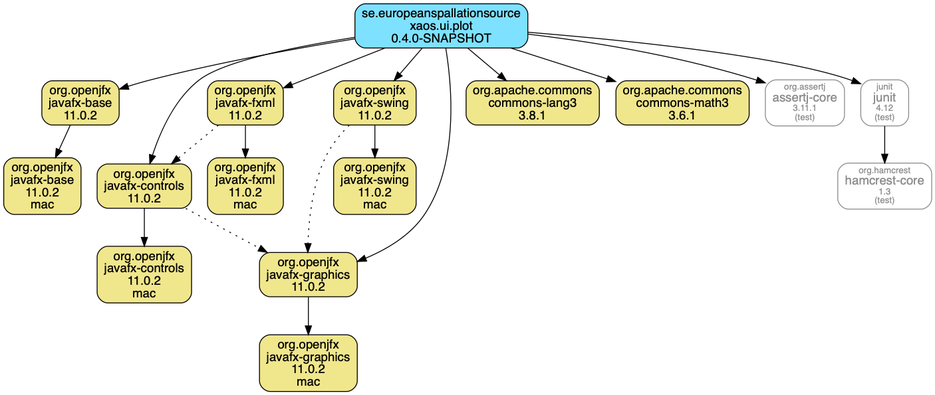
This is xaos.ui.plot.module/doc/maven-dependencies.png from ESSICS/XAOS, a Graphviz export, as it was before one commit. Its source is kept beside it as xaos.ui.plot.module/doc/maven-dependencies.dot.
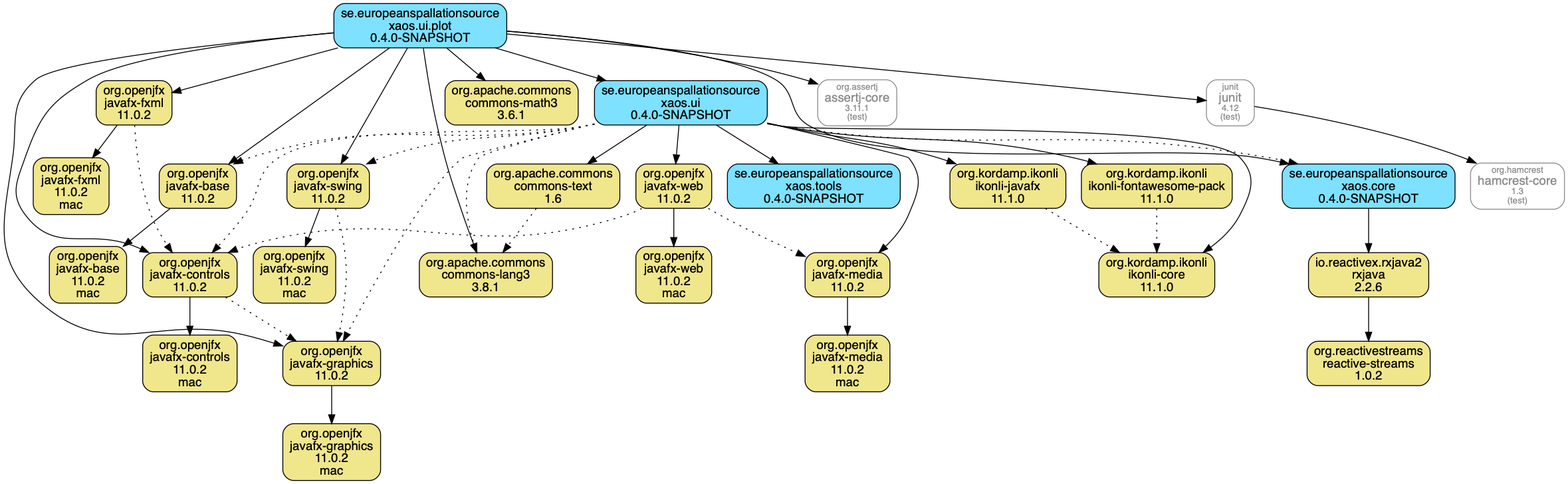
The same file after the commit.

Change to the diagram source:
```diff
@@ -15,6 +15,19 @@
   "org.openjfx:javafx-swing:jar:mac"[shape="box",style="rounded, filled",fillcolor="khaki",label=<org.openjfx<br/>javafx-swing<br/>11.0.2<br/>mac>]
   "org.apache.commons:commons-lang3:jar"[shape="box",style="rounded, filled",fillcolor="khaki",label=<org.apache.commons<br/>commons-lang3<br/>3.8.1>]
   "org.apache.commons:commons-math3:jar"[shape="box",style="rounded, filled",fillcolor="khaki",label=<org.apache.commons<br/>commons-math3<br/>3.6.1>]
+  "io.reactivex.rxjava2:rxjava:jar"[shape="box",style="rounded, filled",fillcolor="khaki",label=<io.reactivex.rxjava2<br/>rxjava<br/>2.2.6>]
+  "org.reactivestreams:reactive-streams:jar"[shape="box",style="rounded, filled",fillcolor="khaki",label=<org.reactivestreams<br/>reactive-streams<br/>1.0.2>]
+  "se.europeanspallationsource:xaos.core:jar"[shape="box",style="rounded, filled",fillcolor="#7DE1FF",label=<se.europeanspallationsource<br/>xaos.core<br/>0.4.0-SNAPSHOT>]
+  "se.europeanspallationsource:xaos.ui:jar"[shape="box",style="rounded, filled",fillcolor="#7DE1FF",label=<se.europeanspallationsource<br/>xaos.ui<br/>0.4.0-SNAPSHOT>]
+  "org.openjfx:javafx-media:jar"[shape="box",style="rounded, filled",fillcolor="khaki",label=<org.openjfx<br/>javafx-media<br/>11.0.2>]
+  "org.openjfx:javafx-media:jar:mac"[shape="box",style="rounded, filled",fillcolor="khaki",label=<org.openjfx<br/>javafx-media<br/>11.0.2<br/>mac>]
+  "org.openjfx:javafx-web:jar"[shape="box",style="rounded, filled",fillcolor="khaki",label=<org.openjfx<br/>javafx-web<br/>11.0.2>]
+  "org.openjfx:javafx-web:jar:mac"[shape="box",style="rounded, filled",fillcolor="khaki",label=<org.openjfx<br/>javafx-web<br/>11.0.2<br/>mac>]
+  "org.apache.commons:commons-text:jar"[shape="box",style="rounded, filled",fillcolor="khaki",label=<org.apache.commons<br/>commons-text<br/>1.6>]
+  "org.kordamp.ikonli:ikonli-core:jar"[shape="box",style="rounded, filled",fillcolor="khaki",label=<org.kordamp.ikonli<br/>ikonli-core<br/>11.1.0>]
+  "org.kordamp.ikonli:ikonli-javafx:jar"[shape="box",style="rounded, filled",fillcolor="khaki",label=<org.kordamp.ikonli<br/>ikonli-javafx<br/>11.1.0>]
+  "org.kordamp.ikonli:ikonli-fontawesome-pack:jar"[shape="box",style="rounded, filled",fillcolor="khaki",label=<org.kordamp.ikonli<br/>ikonli-fontawesome-pack<br/>11.1.0>]
+  "se.europeanspallationsource:xaos.tools:jar"[shape="box",style="rounded, filled",fillcolor="#7DE1FF",label=<se.europeanspallationsource<br/>xaos.tools<br/>0.4.0-SNAPSHOT>]
   "org.assertj:assertj-core:jar"[shape="box",style="rounded",color="grey55",fontname="Helvetica",fontsize="14",fontcolor="grey55",label=<<font color="grey55" point-size="10">org.assertj</font><br/>assertj-core<font color="grey55" point-size="10"><br/>3.11.1</font><font color="grey55" point-size="10"><br/>(test)</font>>]
   "junit:junit:jar"[shape="box",style="rounded",color="grey55",fontname="Helvetica",fontsize="14",fontcolor="grey55",label=<<font color="grey55" point-size="10">junit</font><br/>junit<font color="grey55" point-size="10"><br/>4.12</font><font color="grey55" point-size="10"><br/>(test)</font>>]
   "org.hamcrest:hamcrest-core:jar"[shape="box",style="rounded",color="grey55",fontname="Helvetica",fontsize="14",fontcolor="grey55",label=<<font color="grey55" point-size="10">org.hamcrest</font><br/>hamcrest-core<font color="grey55" point-size="10"><br/>1.3</font><font color="grey55" point-size="10"><br/>(test)</font>>]
@@ -34,6 +47,30 @@
   "se.europeanspallationsource:xaos.ui.plot:jar" -> "org.openjfx:javafx-swing:jar"
   "se.europeanspallationsource:xaos.ui.plot:jar" -> "org.apache.commons:commons-lang3:jar"
   "se.europeanspallationsource:xaos.ui.plot:jar" -> "org.apache.commons:commons-math3:jar"
+  "io.reactivex.rxjava2:rxjava:jar" -> "org.reactivestreams:reactive-streams:jar"
+  "se.europeanspallationsource:xaos.core:jar" -> "io.reactivex.rxjava2:rxjava:jar"
+  "se.europeanspallationsource:xaos.ui.plot:jar" -> "se.europeanspallationsource:xaos.core:jar"
+  "se.europeanspallationsource:xaos.ui:jar" -> "org.openjfx:javafx-base:jar"[style="dotted"]
+  "se.europeanspallationsource:xaos.ui:jar" -> "org.openjfx:javafx-controls:jar"[style="dotted"]
+  "se.europeanspallationsource:xaos.ui:jar" -> "org.openjfx:javafx-graphics:jar"[style="dotted"]
+  "org.openjfx:javafx-media:jar" -> "org.openjfx:javafx-media:jar:mac"
+  "se.europeanspallationsource:xaos.ui:jar" -> "org.openjfx:javafx-media:jar"
+  "se.europeanspallationsource:xaos.ui:jar" -> "org.openjfx:javafx-swing:jar"[style="dotted"]
+  "org.openjfx:javafx-web:jar" -> "org.openjfx:javafx-web:jar:mac"
+  "org.openjfx:javafx-web:jar" -> "org.openjfx:javafx-controls:jar"[style="dotted"]
+  "org.openjfx:javafx-web:jar" -> "org.openjfx:javafx-media:jar"[style="dotted"]
+  "se.europeanspallationsource:xaos.ui:jar" -> "org.openjfx:javafx-web:jar"
+  "se.europeanspallationsource:xaos.ui:jar" -> "org.apache.commons:commons-lang3:jar"[style="dotted"]
+  "org.apache.commons:commons-text:jar" -> "org.apache.commons:commons-lang3:jar"[style="dotted"]
+  "se.europeanspallationsource:xaos.ui:jar" -> "org.apache.commons:commons-text:jar"
+  "se.europeanspallationsource:xaos.ui:jar" -> "org.kordamp.ikonli:ikonli-core:jar"
+  "org.kordamp.ikonli:ikonli-javafx:jar" -> "org.kordamp.ikonli:ikonli-core:jar"[style="dotted"]
+  "se.europeanspallationsource:xaos.ui:jar" -> "org.kordamp.ikonli:ikonli-javafx:jar"
+  "org.kordamp.ikonli:ikonli-fontawesome-pack:jar" -> "org.kordamp.ikonli:ikonli-core:jar"[style="dotted"]
+  "se.europeanspallationsource:xaos.ui:jar" -> "org.kordamp.ikonli:ikonli-fontawesome-pack:jar"
+  "se.europeanspallationsource:xaos.ui:jar" -> "se.europeanspallationsource:xaos.tools:jar"
+  "se.europeanspallationsource:xaos.ui:jar" -> "se.europeanspallationsource:xaos.core:jar"[style="dotted"]
+  "se.europeanspallationsource:xaos.ui.plot:jar" -> "se.europeanspallationsource:xaos.ui:jar"
   "se.europeanspallationsource:xaos.ui.plot:jar" -> "org.assertj:assertj-core:jar"
   "junit:junit:jar" -> "org.hamcrest:hamcrest-core:jar"
   "se.europeanspallationsource:xaos.ui.plot:jar" -> "junit:junit:jar"
```
